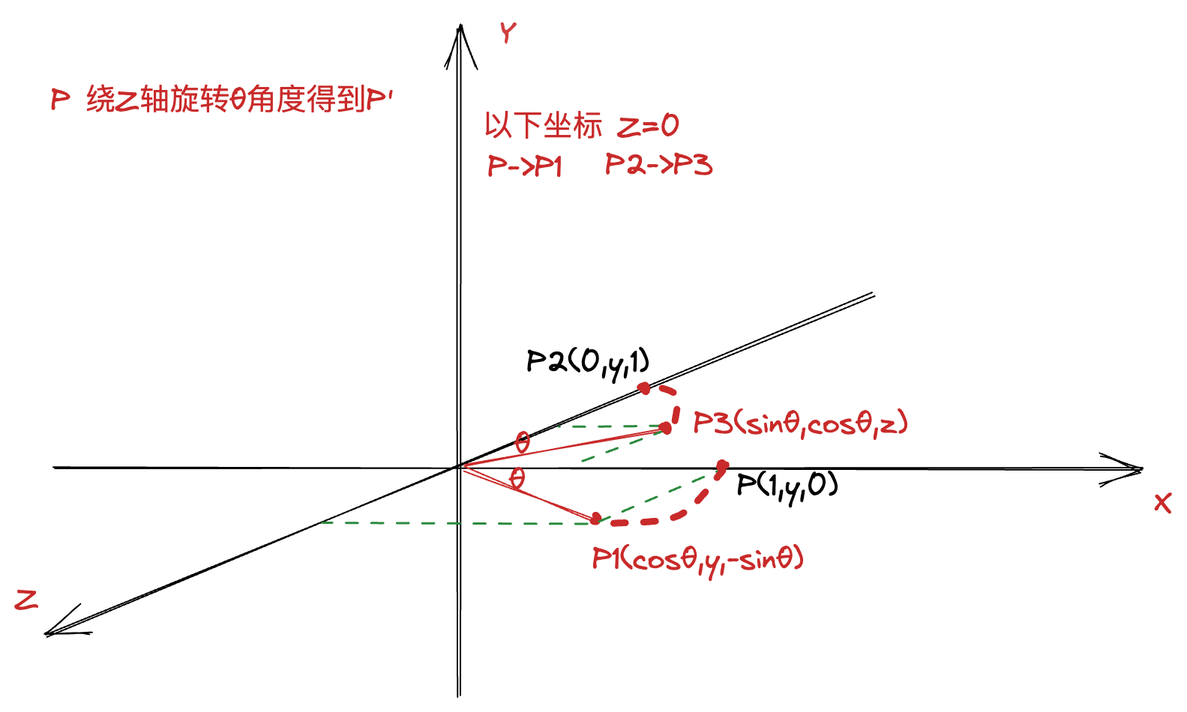
Earlier version of the Excalidraw export pa1/doc/右手坐标系_P绕Z轴旋转θ得到P'.png (FireHappy/ylq-graphic-learning). Source tidied: one line per element, renumbered; positions are measured from the earlier drawing's top-left corner, leaving out a move shared by most shapes. The source it was exported from:
```json
{"id": 0, "type": "text", "text": "Y", "strokeColor": "#c92a2a", "strokeWidth": 1, "roughness": 1, "opacity": 90, "fontSize": 20, "fontFamily": 1, "x": 324, "y": 0, "width": 10, "height": 25}
{"id": 1, "type": "arrow", "strokeColor": "#000000", "strokeWidth": 1, "roughness": 1, "endArrowhead": "arrow", "x": 26, "y": 302, "width": 725, "height": 0, "points": [[0, 0], [725, 0]]}
{"id": 2, "type": "arrow", "strokeColor": "#000000", "strokeWidth": 1, "roughness": 1, "endArrowhead": "arrow", "x": 296, "y": 455, "width": 0, "height": 447, "points": [[0, 0], [0, -447]]}
{"id": 3, "type": "arrow", "strokeColor": "#000000", "strokeWidth": 1, "roughness": 1, "endArrowhead": "arrow", "x": 572, "y": 186, "width": 551, "height": 228, "points": [[0, 0], [-551, 228]]}
{"id": 4, "type": "text", "text": "P(1,y,0)", "strokeColor": "#000000", "strokeWidth": 1, "roughness": 1, "fontSize": 20, "fontFamily": 1, "x": 482, "y": 302, "width": 67, "height": 25}
{"id": 5, "type": "line", "strokeColor": "#c92a2a", "angle": 1.07, "strokeWidth": 1, "roughness": 1, "x": 307, "y": 348, "width": 70, "height": 58, "points": [[0, 0], [70, -58]]}
{"id": 6, "type": "text", "text": "Z", "strokeColor": "#c92a2a", "strokeWidth": 1, "roughness": 1, "fontSize": 20, "fontFamily": 1, "x": 0, "y": 378, "width": 16, "height": 25}
{"id": 7, "type": "text", "text": "X", "strokeColor": "#c92a2a", "strokeWidth": 1, "roughness": 1, "fontSize": 20, "fontFamily": 1, "x": 760, "y": 313, "width": 12, "height": 25}
{"id": 8, "type": "freedraw", "strokeColor": "#c92a2a", "strokeWidth": 1, "roughness": 1, "x": 470, "y": 301, "width": 3, "height": 5, "points": [[0, 0], [0, 0], [-1, 0], [0, -1], [2, -2], [2, -2], [2, -1], [2, 0], [2, 0], [2, 0], [2, 1], [2, 1], [2, 1], [1, 0], [1, -1], [2, -1], [2, 0], [1, 2], [1, 2], [1, 2], [1, 3], [0, 3], [0, 3], [0, 3]]}
{"id": 9, "type": "freedraw", "strokeColor": "#c92a2a", "strokeWidth": 1, "roughness": 1, "x": 474, "y": 300, "width": 0, "height": 0, "points": [[0, 0], [0, 0]]}
{"id": 10, "type": "freedraw", "strokeColor": "#c92a2a", "strokeWidth": 1, "roughness": 1, "x": 417, "y": 248, "width": 4, "height": 5, "points": [[0, 0], [0, 0], [0, 0], [1, -1], [2, 0], [2, 0], [2, 0], [2, 1], [2, 1], [2, -1], [3, -2], [4, -2], [4, 1], [4, 3], [3, 3], [3, 3], [2, 1], [2, -1], [3, 0], [3, 1], [3, 2], [2, 1], [2, 0], [2, -1]]}
{"id": 11, "type": "line", "strokeColor": "#2b8a3e", "strokeWidth": 1, "strokeStyle": "dashed", "roughness": 2, "x": 432, "y": 274, "width": 70, "height": 0, "points": [[0, 0], [-70, 0]]}
{"id": 12, "type": "line", "strokeColor": "#2b8a3e", "strokeWidth": 1, "strokeStyle": "dashed", "roughness": 1, "x": 382, "y": 339, "width": 178, "height": 0, "points": [[0, 0], [-178, 0]]}
{"id": 13, "type": "line", "strokeColor": "#c92a2a", "strokeWidth": 1, "roughness": 1, "x": 435, "y": 278, "width": 135, "height": 23, "points": [[0, 0], [-135, 23]]}
{"id": 14, "type": "text", "text": "P1(cosθ,y,-sinθ)", "strokeColor": "#c92a2a", "strokeWidth": 1, "roughness": 1, "fontSize": 20, "fontFamily": 1, "x": 385, "y": 351, "width": 141, "height": 25}
{"id": 15, "type": "text", "text": "θ", "strokeColor": "#c92a2a", "strokeWidth": 1, "roughness": 1, "fontSize": 20, "fontFamily": 1, "x": 329, "y": 299, "width": 11, "height": 25}
{"id": 16, "type": "text", "text": "θ", "strokeColor": "#c92a2a", "strokeWidth": 1, "roughness": 1, "fontSize": 20, "fontFamily": 1, "x": 333, "y": 275, "width": 11, "height": 25}
{"id": 17, "type": "line", "strokeColor": "#2b8a3e", "strokeWidth": 1, "strokeStyle": "dashed", "roughness": 1, "x": 433, "y": 276, "width": 59, "height": 23, "points": [[0, 0], [-59, 23]]}
{"id": 18, "type": "text", "text": "P2(0,y,1)", "strokeColor": "#000000", "strokeWidth": 1, "roughness": 1, "fontSize": 20, "fontFamily": 1, "x": 341, "y": 220, "width": 81, "height": 25}
{"id": 19, "type": "ellipse", "strokeColor": "#c92a2a", "strokeWidth": 4, "strokeStyle": "dashed", "roughness": 1, "x": 384, "y": 333, "width": 6, "height": 4}
{"id": 20, "type": "text", "text": "以下坐标 Z=0", "strokeColor": "#c92a2a", "strokeWidth": 4, "strokeStyle": "dashed", "roughness": 1, "fontSize": 20, "fontFamily": 1, "x": 312, "y": 59, "width": 132, "height": 29}
{"id": 21, "type": "line", "strokeColor": "#c92a2a", "angle": 5.77, "strokeWidth": 4, "strokeStyle": "dashed", "roughness": 1, "x": 433, "y": 323, "width": 9, "height": 25, "points": [[0, -54], [9, -66], [1, -78]]}
{"id": 22, "type": "text", "text": "P 绕Z轴旋转θ角度得到P'", "strokeColor": "#c92a2a", "strokeWidth": 4, "strokeStyle": "dashed", "roughness": 1, "fontSize": 20, "fontFamily": 1, "x": 24, "y": 42, "width": 229, "height": 29}
{"id": 23, "type": "text", "text": "P->P1", "strokeColor": "#c92a2a", "strokeWidth": 4, "strokeStyle": "dashed", "roughness": 1, "fontSize": 20, "fontFamily": 1, "x": 315, "y": 89, "width": 50, "height": 25}
{"id": 24, "type": "text", "text": "P2->P3", "strokeColor": "#c92a2a", "strokeWidth": 4, "strokeStyle": "dashed", "roughness": 1, "fontSize": 20, "fontFamily": 1, "x": 394, "y": 88, "width": 72, "height": 25}
{"id": 25, "type": "line", "strokeColor": "#2b8a3e", "angle": 0.86, "strokeWidth": 1, "strokeStyle": "dashed", "roughness": 1, "x": 417, "y": 362, "width": 24, "height": 81, "points": [[0, 0], [24, -81]]}
{"id": 26, "type": "freedraw", "strokeColor": "#c92a2a", "strokeWidth": 1, "roughness": 1, "x": 431, "y": 275, "width": 4, "height": 5, "points": [[0, 0], [0, 0], [0, 0], [1, -1], [2, 0], [2, 0], [2, 0], [2, 1], [2, 1], [2, -1], [3, -2], [4, -2], [4, 1], [4, 3], [3, 3], [3, 3], [2, 1], [2, -1], [3, 0], [3, 1], [3, 2], [2, 1], [2, 0], [2, -1]]}
{"id": 27, "type": "line", "strokeColor": "#c92a2a", "angle": 1.1, "strokeWidth": 4, "strokeStyle": "dashed", "roughness": 1, "x": 432, "y": 365, "width": 15, "height": 82, "points": [[0, 4], [15, -38], [2, -78]]}
{"id": 28, "type": "text", "text": "P3(sinθ,cosθ,z)", "strokeColor": "#c92a2a", "strokeWidth": 1, "roughness": 1, "fontSize": 20, "fontFamily": 1, "x": 452, "y": 261, "width": 143, "height": 25}
```
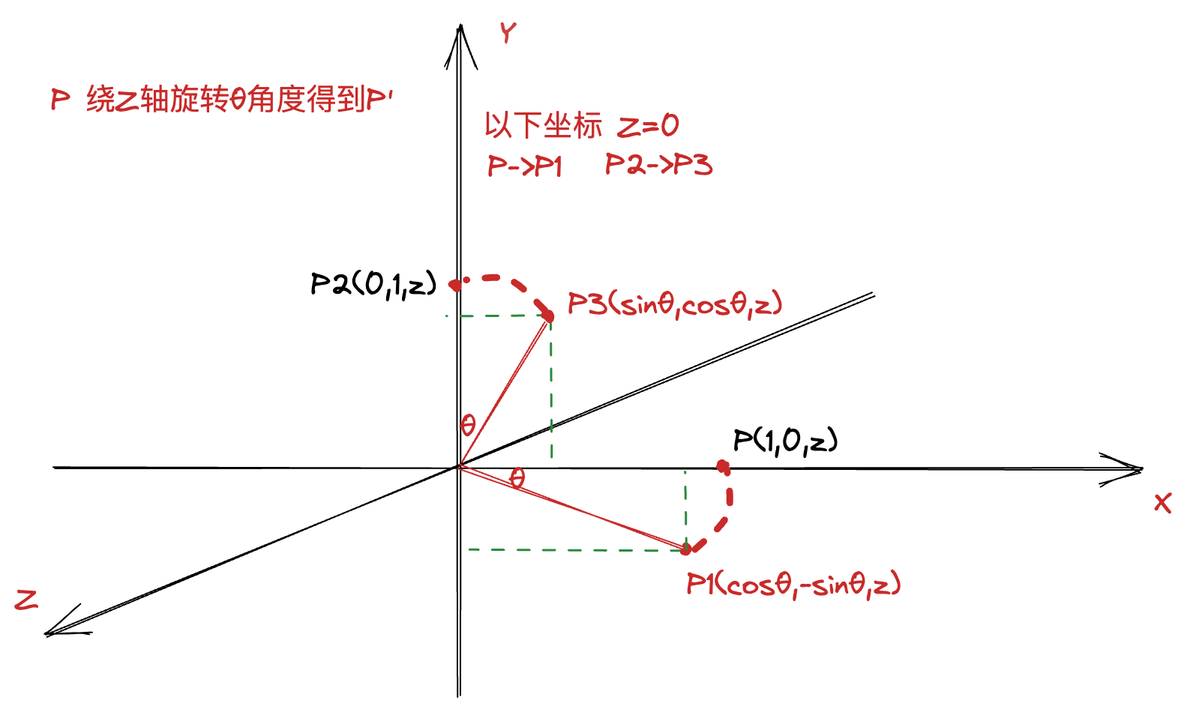
The same diagram one commit later.

Commit message:
[fix] 右手坐标系错误

Change to the diagram source:
```diff
@@ -2,28 +2,28 @@
 {"id": 1, "type": "arrow", "strokeColor": "#000000", "strokeWidth": 1, "roughness": 1, "endArrowhead": "arrow", "x": 26, "y": 302, "width": 725, "height": 0, "points": [[0, 0], [725, 0]]}
 {"id": 2, "type": "arrow", "strokeColor": "#000000", "strokeWidth": 1, "roughness": 1, "endArrowhead": "arrow", "x": 296, "y": 455, "width": 0, "height": 447, "points": [[0, 0], [0, -447]]}
 {"id": 3, "type": "arrow", "strokeColor": "#000000", "strokeWidth": 1, "roughness": 1, "endArrowhead": "arrow", "x": 572, "y": 186, "width": 551, "height": 228, "points": [[0, 0], [-551, 228]]}
-{"id": 4, "type": "text", "text": "P(1,y,0)", "strokeColor": "#000000", "strokeWidth": 1, "roughness": 1, "fontSize": 20, "fontFamily": 1, "x": 482, "y": 302, "width": 67, "height": 25}
+{"id": 4, "type": "text", "text": "P(1,0,z)", "strokeColor": "#000000", "strokeWidth": 1, "roughness": 1, "fontSize": 20, "fontFamily": 1, "x": 479, "y": 272, "width": 69, "height": 25}
-{"id": 5, "type": "line", "strokeColor": "#c92a2a", "angle": 1.07, "strokeWidth": 1, "roughness": 1, "x": 307, "y": 348, "width": 70, "height": 58, "points": [[0, 0], [70, -58]]}
+{"id": 5, "type": "line", "strokeColor": "#c92a2a", "angle": 1.07, "strokeWidth": 1, "roughness": 1, "x": 311, "y": 381, "width": 120, "height": 105, "points": [[0, 0], [120, -105]]}
 {"id": 6, "type": "text", "text": "Z", "strokeColor": "#c92a2a", "strokeWidth": 1, "roughness": 1, "fontSize": 20, "fontFamily": 1, "x": 0, "y": 378, "width": 16, "height": 25}
 {"id": 7, "type": "text", "text": "X", "strokeColor": "#c92a2a", "strokeWidth": 1, "roughness": 1, "fontSize": 20, "fontFamily": 1, "x": 760, "y": 313, "width": 12, "height": 25}
 {"id": 8, "type": "freedraw", "strokeColor": "#c92a2a", "strokeWidth": 1, "roughness": 1, "x": 470, "y": 301, "width": 3, "height": 5, "points": [[0, 0], [0, 0], [-1, 0], [0, -1], [2, -2], [2, -2], [2, -1], [2, 0], [2, 0], [2, 0], [2, 1], [2, 1], [2, 1], [1, 0], [1, -1], [2, -1], [2, 0], [1, 2], [1, 2], [1, 2], [1, 3], [0, 3], [0, 3], [0, 3]]}
 {"id": 9, "type": "freedraw", "strokeColor": "#c92a2a", "strokeWidth": 1, "roughness": 1, "x": 474, "y": 300, "width": 0, "height": 0, "points": [[0, 0], [0, 0]]}
-{"id": 10, "type": "freedraw", "strokeColor": "#c92a2a", "strokeWidth": 1, "roughness": 1, "x": 417, "y": 248, "width": 4, "height": 5, "points": [[0, 0], [0, 0], [0, 0], [1, -1], [2, 0], [2, 0], [2, 0], [2, 1], [2, 1], [2, -1], [3, -2], [4, -2], [4, 1], [4, 3], [3, 3], [3, 3], [2, 1], [2, -1], [3, 0], [3, 1], [3, 2], [2, 1], [2, 0], [2, -1]]}
+{"id": 10, "type": "freedraw", "strokeColor": "#c92a2a", "strokeWidth": 1, "roughness": 1, "x": 291, "y": 180, "width": 4, "height": 5, "points": [[0, 0], [0, 0], [0, 0], [1, -1], [2, 0], [2, 0], [2, 0], [2, 1], [2, 1], [2, -1], [3, -2], [4, -2], [4, 1], [4, 3], [3, 3], [3, 3], [2, 1], [2, -1], [3, 0], [3, 1], [3, 2], [2, 1], [2, 0], [2, -1]]}
-{"id": 11, "type": "line", "strokeColor": "#2b8a3e", "strokeWidth": 1, "strokeStyle": "dashed", "roughness": 2, "x": 432, "y": 274, "width": 70, "height": 0, "points": [[0, 0], [-70, 0]]}
+{"id": 11, "type": "line", "strokeColor": "#2b8a3e", "strokeWidth": 1, "strokeStyle": "dashed", "roughness": 2, "x": 357, "y": 201, "width": 70, "height": 0, "points": [[0, 0], [-70, 0]]}
-{"id": 12, "type": "line", "strokeColor": "#2b8a3e", "strokeWidth": 1, "strokeStyle": "dashed", "roughness": 1, "x": 382, "y": 339, "width": 178, "height": 0, "points": [[0, 0], [-178, 0]]}
+{"id": 12, "type": "line", "strokeColor": "#2b8a3e", "strokeWidth": 1, "strokeStyle": "dashed", "roughness": 1, "x": 446, "y": 357, "width": 143, "height": 0, "points": [[0, 0], [-143, 0]]}
-{"id": 13, "type": "line", "strokeColor": "#c92a2a", "strokeWidth": 1, "roughness": 1, "x": 435, "y": 278, "width": 135, "height": 23, "points": [[0, 0], [-135, 23]]}
+{"id": 13, "type": "line", "strokeColor": "#c92a2a", "strokeWidth": 1, "roughness": 1, "x": 354, "y": 207, "width": 56, "height": 92, "points": [[0, 0], [-56, 92]]}
-{"id": 14, "type": "text", "text": "P1(cosθ,y,-sinθ)", "strokeColor": "#c92a2a", "strokeWidth": 1, "roughness": 1, "fontSize": 20, "fontFamily": 1, "x": 385, "y": 351, "width": 141, "height": 25}
+{"id": 14, "type": "text", "text": "P1(cosθ,-sinθ,z)", "strokeColor": "#c92a2a", "strokeWidth": 1, "roughness": 1, "fontSize": 20, "fontFamily": 1, "x": 448, "y": 368, "width": 143, "height": 25}
 {"id": 15, "type": "text", "text": "θ", "strokeColor": "#c92a2a", "strokeWidth": 1, "roughness": 1, "fontSize": 20, "fontFamily": 1, "x": 329, "y": 299, "width": 11, "height": 25}
-{"id": 16, "type": "text", "text": "θ", "strokeColor": "#c92a2a", "strokeWidth": 1, "roughness": 1, "fontSize": 20, "fontFamily": 1, "x": 333, "y": 275, "width": 11, "height": 25}
+{"id": 16, "type": "text", "text": "θ", "strokeColor": "#c92a2a", "strokeWidth": 1, "roughness": 1, "fontSize": 20, "fontFamily": 1, "x": 296, "y": 263, "width": 11, "height": 25}
-{"id": 17, "type": "line", "strokeColor": "#2b8a3e", "strokeWidth": 1, "strokeStyle": "dashed", "roughness": 1, "x": 433, "y": 276, "width": 59, "height": 23, "points": [[0, 0], [-59, 23]]}
+{"id": 17, "type": "line", "strokeColor": "#2b8a3e", "angle": 5.24, "strokeWidth": 1, "strokeStyle": "dashed", "roughness": 1, "x": 400, "y": 226, "width": 85, "height": 51, "points": [[0, 0], [-85, 51]]}
-{"id": 18, "type": "text", "text": "P2(0,y,1)", "strokeColor": "#000000", "strokeWidth": 1, "roughness": 1, "fontSize": 20, "fontFamily": 1, "x": 341, "y": 220, "width": 81, "height": 25}
+{"id": 18, "type": "text", "text": "P2(0,1,z)", "strokeColor": "#000000", "strokeWidth": 1, "roughness": 1, "fontSize": 20, "fontFamily": 1, "x": 197, "y": 168, "width": 83, "height": 25}
-{"id": 19, "type": "ellipse", "strokeColor": "#c92a2a", "strokeWidth": 4, "strokeStyle": "dashed", "roughness": 1, "x": 384, "y": 333, "width": 6, "height": 4}
+{"id": 19, "type": "ellipse", "strokeColor": "#c92a2a", "strokeWidth": 4, "strokeStyle": "dashed", "roughness": 1, "x": 444, "y": 353, "width": 6, "height": 4}
 {"id": 20, "type": "text", "text": "以下坐标 Z=0", "strokeColor": "#c92a2a", "strokeWidth": 4, "strokeStyle": "dashed", "roughness": 1, "fontSize": 20, "fontFamily": 1, "x": 312, "y": 59, "width": 132, "height": 29}
-{"id": 21, "type": "line", "strokeColor": "#c92a2a", "angle": 5.77, "strokeWidth": 4, "strokeStyle": "dashed", "roughness": 1, "x": 433, "y": 323, "width": 9, "height": 25, "points": [[0, -54], [9, -66], [1, -78]]}
+{"id": 21, "type": "line", "strokeColor": "#c92a2a", "angle": 5.06, "strokeWidth": 4, "strokeStyle": "dashed", "roughness": 1, "x": 324, "y": 179, "width": 11, "height": 55, "points": [[0, 30], [11, 3], [2, -25]]}
 {"id": 22, "type": "text", "text": "P 绕Z轴旋转θ角度得到P'", "strokeColor": "#c92a2a", "strokeWidth": 4, "strokeStyle": "dashed", "roughness": 1, "fontSize": 20, "fontFamily": 1, "x": 24, "y": 42, "width": 229, "height": 29}
 {"id": 23, "type": "text", "text": "P->P1", "strokeColor": "#c92a2a", "strokeWidth": 4, "strokeStyle": "dashed", "roughness": 1, "fontSize": 20, "fontFamily": 1, "x": 315, "y": 89, "width": 50, "height": 25}
 {"id": 24, "type": "text", "text": "P2->P3", "strokeColor": "#c92a2a", "strokeWidth": 4, "strokeStyle": "dashed", "roughness": 1, "fontSize": 20, "fontFamily": 1, "x": 394, "y": 88, "width": 72, "height": 25}
-{"id": 25, "type": "line", "strokeColor": "#2b8a3e", "angle": 0.86, "strokeWidth": 1, "strokeStyle": "dashed", "roughness": 1, "x": 417, "y": 362, "width": 24, "height": 81, "points": [[0, 0], [24, -81]]}
+{"id": 25, "type": "line", "strokeColor": "#2b8a3e", "angle": 0.79, "strokeWidth": 1, "strokeStyle": "dashed", "roughness": 1, "x": 467, "y": 349, "width": 39, "height": 35, "points": [[0, 0], [-39, -35]]}
-{"id": 26, "type": "freedraw", "strokeColor": "#c92a2a", "strokeWidth": 1, "roughness": 1, "x": 431, "y": 275, "width": 4, "height": 5, "points": [[0, 0], [0, 0], [0, 0], [1, -1], [2, 0], [2, 0], [2, 0], [2, 1], [2, 1], [2, -1], [3, -2], [4, -2], [4, 1], [4, 3], [3, 3], [3, 3], [2, 1], [2, -1], [3, 0], [3, 1], [3, 2], [2, 1], [2, 0], [2, -1]]}
+{"id": 26, "type": "freedraw", "strokeColor": "#c92a2a", "strokeWidth": 1, "roughness": 1, "x": 353, "y": 200, "width": 4, "height": 5, "points": [[0, 0], [0, 0], [0, 0], [1, -1], [2, 0], [2, 0], [2, 0], [2, 1], [2, 1], [2, -1], [3, -2], [4, -2], [4, 1], [4, 3], [3, 3], [3, 3], [2, 1], [2, -1], [3, 0], [3, 1], [3, 2], [2, 1], [2, 0], [2, -1]]}
-{"id": 27, "type": "line", "strokeColor": "#c92a2a", "angle": 1.1, "strokeWidth": 4, "strokeStyle": "dashed", "roughness": 1, "x": 432, "y": 365, "width": 15, "height": 82, "points": [[0, 4], [15, -38], [2, -78]]}
+{"id": 27, "type": "line", "strokeColor": "#c92a2a", "angle": 0.36, "strokeWidth": 4, "strokeStyle": "dashed", "roughness": 1, "x": 464, "y": 385, "width": 12, "height": 59, "points": [[0, -23], [12, -53], [2, -82]]}
-{"id": 28, "type": "text", "text": "P3(sinθ,cosθ,z)", "strokeColor": "#c92a2a", "strokeWidth": 1, "roughness": 1, "fontSize": 20, "fontFamily": 1, "x": 452, "y": 261, "width": 143, "height": 25}
+{"id": 28, "type": "text", "text": "P3(sinθ,cosθ,z)", "strokeColor": "#c92a2a", "strokeWidth": 1, "roughness": 1, "fontSize": 20, "fontFamily": 1, "x": 369, "y": 181, "width": 143, "height": 25}
```
